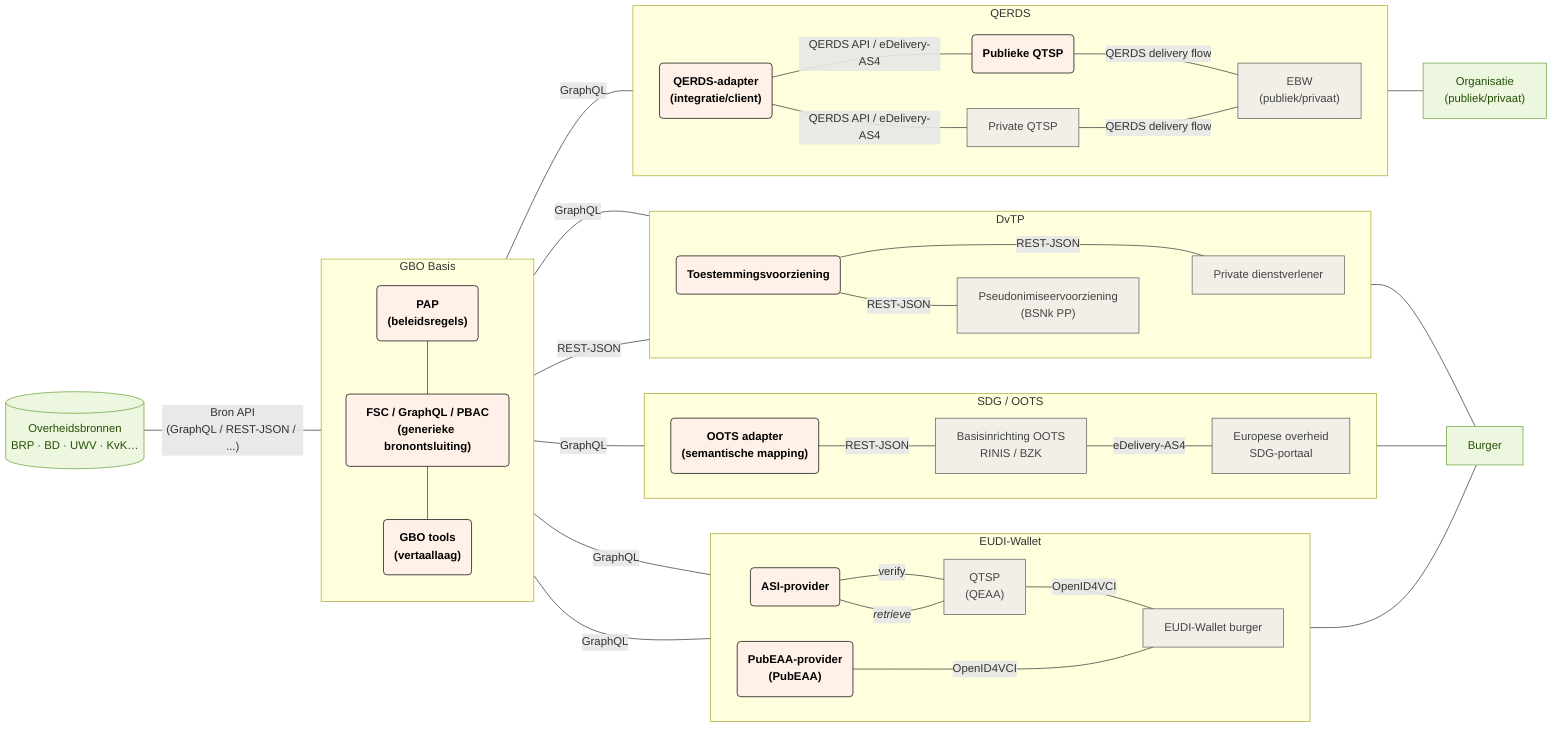
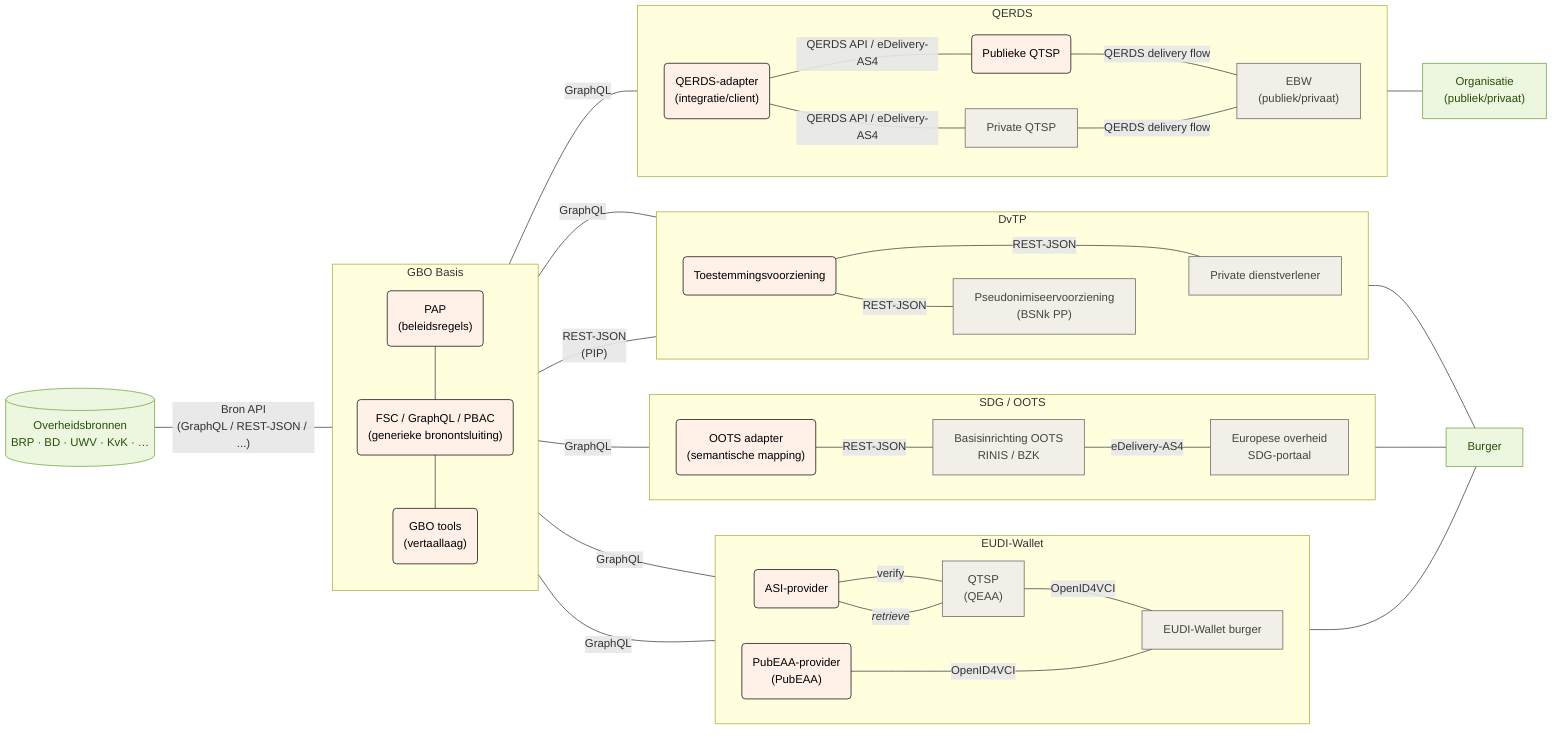
flowchart LR
  subgraph gbo["GBO Basis"]
    direction TB
-         fsc_pap("`**PAP<br/>(beleidsregels)**`")
-         fsc("`**FSC / GraphQL / PBAC<br/>(generieke bronontsluiting)**`")
-         fsc_tools("`**GBO tools<br/>(vertaallaag)**`")
+         fsc_pap("PAP<br/>(beleidsregels)")
+         fsc("FSC / GraphQL / PBAC<br/>(generieke bronontsluiting)")
+         fsc_tools("GBO tools<br/>(vertaallaag)")
  end
  subgraph eudi["EUDI-Wallet"]
    direction LR
-         eudi_asi("`**ASI-provider**`")
-         eudi_pubeaa("`**PubEAA-provider<br/>(PubEAA)**`")
+         eudi_asi("ASI-provider")
+         eudi_pubeaa("PubEAA-provider<br/>(PubEAA)")
        eudi_qeaa["QTSP<br/>(QEAA)"]
        eudi_wallet["EUDI-Wallet burger"]
  end
  subgraph oots["SDG / OOTS"]
    direction LR
-         oots_adapter("`**OOTS adapter<br/>(semantische mapping)**`")
+         oots_adapter("OOTS adapter<br/>(semantische mapping)")
        oots_basis["Basisinrichting OOTS<br/>RINIS / BZK"]
        oots_afnemer["Europese overheid<br/>SDG-portaal"]
  end
  subgraph dvtp["DvTP"]
    direction LR
-         dvtp_toestemming("`**Toestemmingsvoorziening**`")
+         dvtp_toestemming("Toestemmingsvoorziening")
        dvtp_pseudoniem["Pseudonimiseervoorziening<br/>(BSNk PP)"]
        dvtp_afnemer["Private dienstverlener"]
  end
  subgraph ebw["QERDS"]
     direction LR
-         ebw_qerds_adapter("`**QERDS-adapter<br/>(integratie/client)**`")
-         ebw_pub_qtsp("`**Publieke QTSP**`")
+         ebw_qerds_adapter("QERDS-adapter<br/>(integratie/client)")
+         ebw_pub_qtsp("Publieke QTSP")
        ebw_qtsp["Private QTSP"]
        ebw_wallet["EBW<br/>(publiek/privaat)"]
  end

  fsc_pap --- fsc
  fsc --- fsc_tools
-   bron[("Overheidsbronnen<br/>BRP · BD · UWV · KvK…")] -- Bron API<br/>(GraphQL / REST-JSON / ...) --- gbo
+   bron[("Overheidsbronnen<br/>BRP · BD · UWV · KvK · …")] -- Bron API<br/>(GraphQL / REST-JSON / ...) --- gbo
  eudi_asi -- verify --- eudi_qeaa
  eudi_asi -- "`*retrieve*`" --- eudi_qeaa
  eudi_qeaa -- OpenID4VCI --- eudi_wallet
  gbo -- GraphQL --- eudi_asi & eudi_pubeaa & oots_adapter & dvtp_afnemer & ebw_qerds_adapter
  eudi_pubeaa -- OpenID4VCI ---- eudi_wallet
  oots_adapter -- REST-JSON --- oots_basis
  oots_basis -- eDelivery-AS4 --- oots_afnemer
-   gbo -- REST-JSON --- dvtp_toestemming
+   gbo -- REST-JSON<br/>(PIP) --- dvtp_toestemming
  dvtp_toestemming -- REST-JSON --- dvtp_afnemer
  dvtp_toestemming -- REST-JSON --- dvtp_pseudoniem
  dvtp_pseudoniem ~~~ dvtp_afnemer
  ebw_qerds_adapter -- QERDS API / eDelivery-AS4 --- ebw_pub_qtsp -- QERDS delivery flow --- ebw_wallet
  ebw_qerds_adapter -- QERDS API / eDelivery-AS4 --- ebw_qtsp -- QERDS delivery flow --- ebw_wallet
  ebw_wallet --- organisatie["Organisatie<br/>(publiek/privaat)"]
  eudi_wallet --- burger["Burger"]
  oots_afnemer --- burger
  dvtp_afnemer --- burger

  fsc_pap:::gbo
  fsc:::gbo
  fsc_tools:::gbo
  ebw_qerds_adapter:::gbo
  ebw_pub_qtsp:::gbo
  ebw_qtsp:::eudi
  ebw_wallet:::eudi
  eudi_asi:::gbo
  eudi_pubeaa:::gbo
  eudi_qeaa:::eudi
  eudi_wallet:::eudi
  oots_adapter:::gbo
  oots_basis:::oots
  oots_afnemer:::oots
  dvtp_toestemming:::gbo
  dvtp_pseudoniem:::dvtp
  dvtp_afnemer:::dvtp
  bron:::bron
  burger:::burger
  organisatie:::burger

  classDef bron fill:#edf7df,stroke:#6aa13a,color:#27500a
  classDef generiek fill:#f1efe8,stroke:#5f5e5a,color:#444441
  classDef eudi fill:#f1efe8,stroke:#5f5e5a,color:#444441
  classDef oots fill:#f1efe8,stroke:#5f5e5a,color:#444441
  classDef dvtp fill:#f1efe8,stroke:#5f5e5a,color:#444441
  classDef gbo fill:#fff0e8,stroke:#000000,color:#000000
  classDef burger fill:#edf7df,stroke:#6aa13a,color:#27500a
